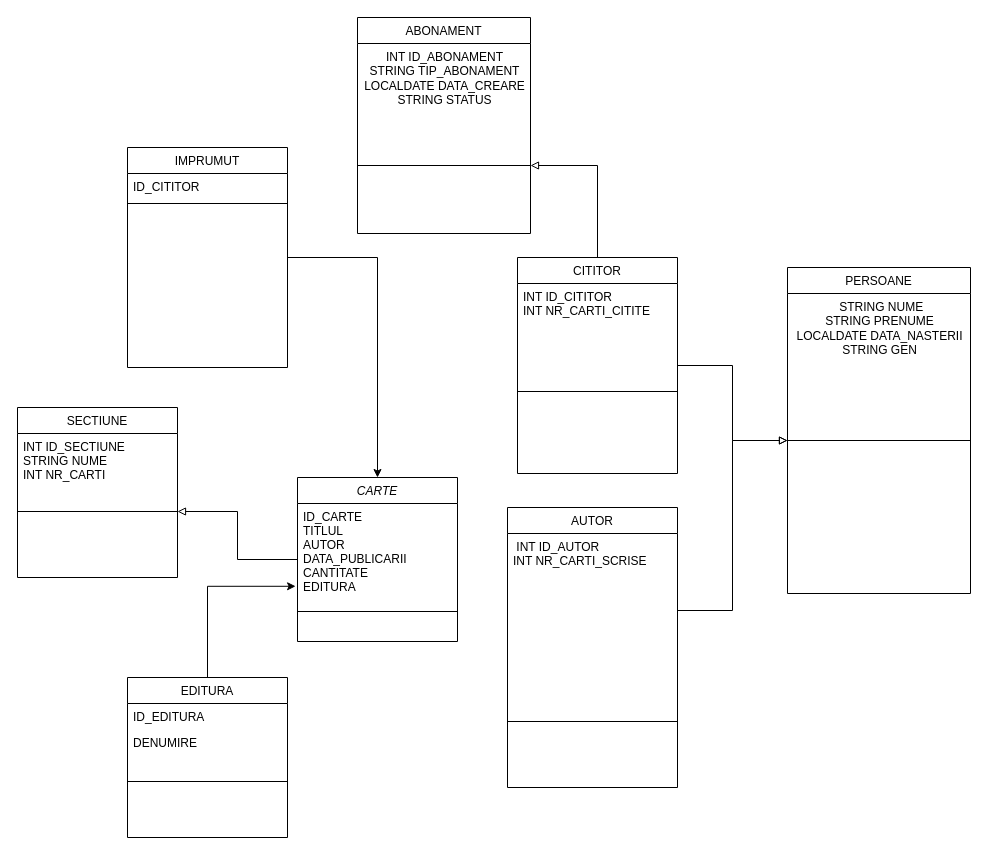
Above: ANUL 2 SEM 2/Diagramă fără titlu.drawio in RobertaDiana/FMI-UNIBUC (draw.io), before the change. Source tidied: cells renumbered, new cells numbered last; positions are measured from the earlier drawing's top-left corner, leaving out a move shared by most shapes. Both pictures are drawn from the tidied source at 100%, with x=0, y=0 at pixel (17, 17).
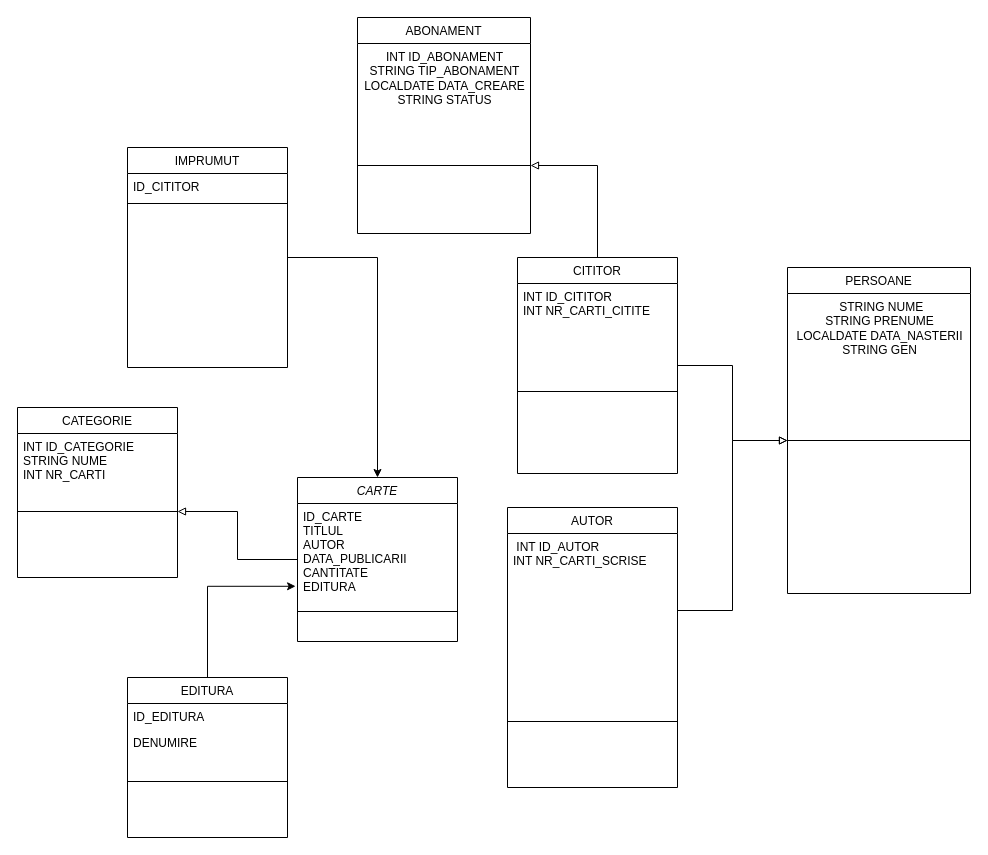
After the change.

What changed in the source:
```diff
@@
-    <mxCell id="26" value="SECTIUNE" style="swimlane;fontStyle=0;align=center;verticalAlign=top;horizontal=1;startSize=26;rounded=0;shadow=0;strokeWidth=1;" parent="1" vertex="1">
+    <mxCell id="26" value="CATEGORIE" style="swimlane;fontStyle=0;align=center;verticalAlign=top;horizontal=1;startSize=26;rounded=0;shadow=0;strokeWidth=1;" parent="1" vertex="1">
       <mxGeometry y="390" width="160" height="170" as="geometry" />
     </mxCell>
-    <mxCell id="27" value="INT ID_SECTIUNE&#10;STRING NUME&#10;INT NR_CARTI&#10;" style="text;align=left;verticalAlign=top;spacingLeft=4;spacingRight=4;overflow=hidden;" parent="26" vertex="1">
+    <mxCell id="27" value="INT ID_CATEGORIE&#10;STRING NUME&#10;INT NR_CARTI&#10;" style="text;align=left;verticalAlign=top;spacingLeft=4;spacingRight=4;overflow=hidden;" parent="26" vertex="1">
       <mxGeometry y="26" width="160" height="74" as="geometry" />
     </mxCell>
```
